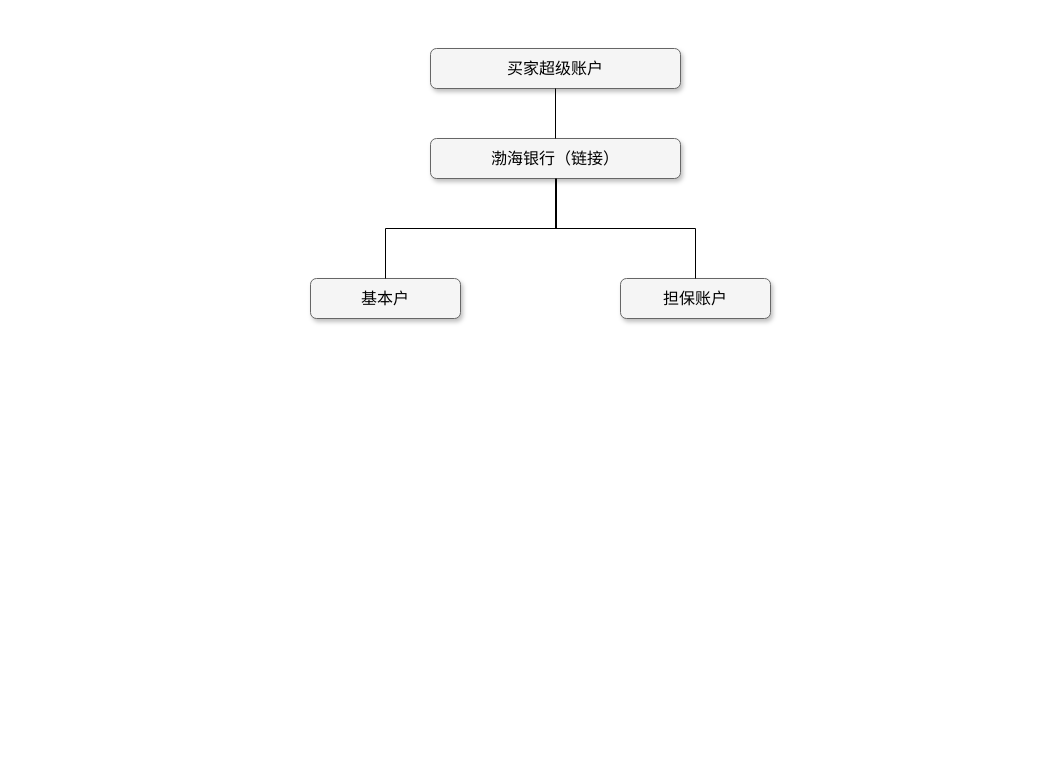
Above: Untitled Diagram.drawio in SupinZan/FirstStore (draw.io), before the change. Source tidied: cells renumbered, new cells numbered last; positions are measured from the earlier drawing's top-left corner, leaving out a move shared by most shapes. Both pictures are drawn from the tidied source at 100%, with x=0, y=0 at pixel (310, 48).
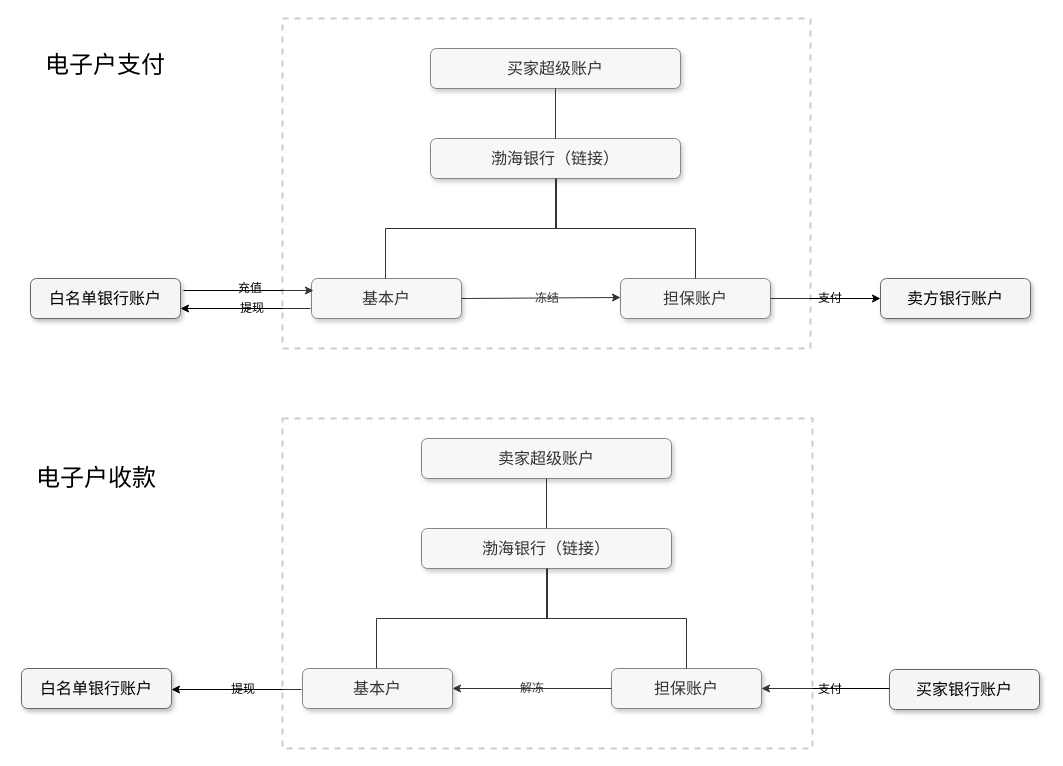
The same page after the edit.

The change refers to these unchanged cells:
```xml
<mxCell id="5" value="担保账户" style="whiteSpace=wrap;html=1;rounded=1;shadow=1;strokeWidth=1;fontSize=16;align=center;fillColor=#f5f5f5;strokeColor=#666666;" parent="1" vertex="1">
  <mxGeometry x="310" y="230" width="150" height="40" as="geometry" />
</mxCell>
```

Change to the diagram source:
```diff
@@
     <mxCell id="4" value="基本户" style="whiteSpace=wrap;html=1;rounded=1;shadow=1;strokeWidth=1;fontSize=16;align=center;fillColor=#f5f5f5;strokeColor=#666666;" parent="1" vertex="1">
-      <mxGeometry y="230" width="150" height="40" as="geometry" />
+      <mxGeometry x="1" y="230" width="150" height="40" as="geometry" />
     </mxCell>
@@
+    <mxCell id="9" value="白名单银行账户" style="whiteSpace=wrap;html=1;rounded=1;shadow=1;strokeWidth=1;fontSize=16;align=center;fillColor=#f5f5f5;strokeColor=#666666;" parent="1" vertex="1">
+      <mxGeometry x="-280" y="230" width="150" height="40" as="geometry" />
+    </mxCell>
+    <mxCell id="10" style="endArrow=classic;html=1;entryX=0;entryY=0.5;entryDx=0;entryDy=0;" parent="1" edge="1">
+      <mxGeometry relative="1" as="geometry">
+        <mxPoint x="-127" y="242" as="sourcePoint" />
+        <mxPoint x="3" y="242" as="targetPoint" />
+      </mxGeometry>
+    </mxCell>
+    <mxCell id="11" style="endArrow=classic;html=1;entryX=1;entryY=0.75;entryDx=0;entryDy=0;" parent="1" edge="1" target="9">
+      <mxGeometry relative="1" as="geometry">
+        <mxPoint y="260" as="sourcePoint" />
+      </mxGeometry>
+    </mxCell>
+    <mxCell id="12" value="充值" style="rounded=0;whiteSpace=wrap;html=1;gradientColor=#ffffff;strokeWidth=1;strokeColor=#FFFFFF;opacity=0;" parent="1" vertex="1">
+      <mxGeometry x="-80" y="230" width="40" height="20" as="geometry" />
+    </mxCell>
+    <mxCell id="13" value="提现" style="rounded=0;whiteSpace=wrap;html=1;gradientColor=#ffffff;strokeWidth=1;strokeColor=#FFFFFF;opacity=0;" parent="1" vertex="1">
+      <mxGeometry x="-78" y="250" width="40" height="20" as="geometry" />
+    </mxCell>
+    <mxCell id="14" style="endArrow=classic;html=1;entryX=0;entryY=0.5;entryDx=0;entryDy=0;exitX=1;exitY=0.5;exitDx=0;exitDy=0;" parent="1" edge="1" source="4">
+      <mxGeometry relative="1" as="geometry">
+        <mxPoint x="310" y="249" as="targetPoint" />
+      </mxGeometry>
+    </mxCell>
+    <mxCell id="15" value="冻结" style="rounded=0;whiteSpace=wrap;html=1;gradientColor=#ffffff;strokeWidth=1;strokeColor=#FFFFFF;opacity=0;" parent="1" vertex="1">
+      <mxGeometry x="217" y="240" width="40" height="20" as="geometry" />
+    </mxCell>
+    <mxCell id="16" value="&lt;font style=&quot;font-size: 24px&quot;&gt;电子户支付&lt;/font&gt;" style="rounded=0;whiteSpace=wrap;html=1;strokeWidth=1;gradientColor=#ffffff;opacity=20;strokeColor=none;fontSize=24;" parent="1" vertex="1">
+      <mxGeometry x="-280" y="-13" width="150" height="60" as="geometry" />
+    </mxCell>
+    <mxCell id="17" value="卖家超级账户" style="whiteSpace=wrap;html=1;rounded=1;shadow=1;strokeWidth=1;fontSize=16;align=center;fillColor=#f5f5f5;strokeColor=#666666;" parent="1" vertex="1">
+      <mxGeometry x="111" y="390" width="250" height="40" as="geometry" />
+    </mxCell>
+    <mxCell id="18" value="渤海银行（链接）" style="whiteSpace=wrap;html=1;rounded=1;shadow=1;strokeWidth=1;fontSize=16;align=center;fillColor=#f5f5f5;strokeColor=#666666;" parent="1" vertex="1">
+      <mxGeometry x="111" y="480" width="250" height="40" as="geometry" />
+    </mxCell>
+    <mxCell id="19" value="基本户" style="whiteSpace=wrap;html=1;rounded=1;shadow=1;strokeWidth=1;fontSize=16;align=center;fillColor=#f5f5f5;strokeColor=#666666;" parent="1" vertex="1">
+      <mxGeometry x="-8" y="620" width="150" height="40" as="geometry" />
+    </mxCell>
+    <mxCell id="20" value="担保账户" style="whiteSpace=wrap;html=1;rounded=1;shadow=1;strokeWidth=1;fontSize=16;align=center;fillColor=#f5f5f5;strokeColor=#666666;" parent="1" vertex="1">
+      <mxGeometry x="301" y="620" width="150" height="40" as="geometry" />
+    </mxCell>
+    <mxCell id="21" style="edgeStyle=orthogonalEdgeStyle;html=1;startSize=6;endFill=0;endSize=6;strokeWidth=1;fontSize=16;rounded=0;endArrow=none;" parent="1" edge="1" source="17" target="18">
+      <mxGeometry relative="1" as="geometry" />
+    </mxCell>
+    <mxCell id="22" style="edgeStyle=orthogonalEdgeStyle;html=1;startSize=6;endFill=0;endSize=6;strokeWidth=1;fontSize=16;rounded=0;endArrow=none;" parent="1" edge="1" source="18" target="19">
+      <mxGeometry relative="1" as="geometry">
+        <Array as="points">
+          <mxPoint x="237" y="570" />
+          <mxPoint x="66" y="570" />
+        </Array>
+      </mxGeometry>
+    </mxCell>
+    <mxCell id="23" style="edgeStyle=orthogonalEdgeStyle;html=1;startSize=6;endFill=0;endSize=6;strokeWidth=1;fontSize=16;rounded=0;endArrow=none;" parent="1" edge="1" source="18" target="20">
+      <mxGeometry relative="1" as="geometry">
+        <Array as="points">
+          <mxPoint x="236" y="570" />
+          <mxPoint x="376" y="570" />
+        </Array>
+      </mxGeometry>
+    </mxCell>
+    <mxCell id="24" value="白名单银行账户" style="whiteSpace=wrap;html=1;rounded=1;shadow=1;strokeWidth=1;fontSize=16;align=center;fillColor=#f5f5f5;strokeColor=#666666;" parent="1" vertex="1">
+      <mxGeometry x="-289" y="620" width="150" height="40" as="geometry" />
+    </mxCell>
+    <mxCell id="25" style="endArrow=classic;html=1;entryX=1;entryY=0.75;entryDx=0;entryDy=0;" parent="1" edge="1">
+      <mxGeometry relative="1" as="geometry">
+        <mxPoint x="-9" y="641" as="sourcePoint" />
+        <mxPoint x="-139" y="641" as="targetPoint" />
+      </mxGeometry>
+    </mxCell>
+    <mxCell id="26" value="提现" style="rounded=0;whiteSpace=wrap;html=1;gradientColor=#ffffff;strokeWidth=1;strokeColor=#FFFFFF;opacity=0;" parent="1" vertex="1">
+      <mxGeometry x="-87" y="631" width="40" height="20" as="geometry" />
+    </mxCell>
+    <mxCell id="27" value="&lt;font style=&quot;font-size: 24px&quot;&gt;电子户收款&lt;/font&gt;" style="rounded=0;whiteSpace=wrap;html=1;strokeWidth=1;gradientColor=#ffffff;opacity=20;strokeColor=none;fontSize=24;" parent="1" vertex="1">
+      <mxGeometry x="-289" y="400" width="150" height="60" as="geometry" />
+    </mxCell>
+    <mxCell id="28" style="endArrow=classic;html=1;fontSize=24;entryX=1;entryY=0.5;entryDx=0;entryDy=0;" parent="1" edge="1" target="19">
+      <mxGeometry relative="1" as="geometry">
+        <mxPoint x="301" y="640" as="sourcePoint" />
+      </mxGeometry>
+    </mxCell>
+    <mxCell id="29" value="解冻" style="rounded=0;whiteSpace=wrap;html=1;gradientColor=#ffffff;strokeWidth=1;strokeColor=#FFFFFF;opacity=0;" parent="1" vertex="1">
+      <mxGeometry x="202" y="630" width="40" height="20" as="geometry" />
+    </mxCell>
+    <mxCell id="30" value="卖方银行账户" style="whiteSpace=wrap;html=1;rounded=1;shadow=1;strokeWidth=1;fontSize=16;align=center;fillColor=#f5f5f5;strokeColor=#666666;" parent="1" vertex="1">
+      <mxGeometry x="570" y="230" width="150" height="40" as="geometry" />
+    </mxCell>
+    <mxCell id="31" style="endArrow=classic;html=1;fontSize=24;exitX=1;exitY=0.5;exitDx=0;exitDy=0;entryX=0;entryY=0.5;entryDx=0;entryDy=0;" parent="1" edge="1" source="5" target="30">
+      <mxGeometry relative="1" as="geometry" />
+    </mxCell>
+    <mxCell id="32" value="支付" style="rounded=0;whiteSpace=wrap;html=1;gradientColor=#ffffff;strokeWidth=1;strokeColor=#FFFFFF;opacity=0;" parent="1" vertex="1">
+      <mxGeometry x="500" y="240" width="40" height="20" as="geometry" />
+    </mxCell>
+    <mxCell id="33" value="买家银行账户" style="whiteSpace=wrap;html=1;rounded=1;shadow=1;strokeWidth=1;fontSize=16;align=center;fillColor=#f5f5f5;strokeColor=#666666;" parent="1" vertex="1">
+      <mxGeometry x="579" y="621" width="150" height="40" as="geometry" />
+    </mxCell>
+    <mxCell id="34" value="支付" style="rounded=0;whiteSpace=wrap;html=1;gradientColor=#ffffff;strokeWidth=1;strokeColor=#FFFFFF;opacity=0;" parent="1" vertex="1">
+      <mxGeometry x="500" y="631" width="40" height="20" as="geometry" />
+    </mxCell>
+    <mxCell id="35" style="endArrow=classic;html=1;fontSize=24;entryX=1;entryY=0.5;entryDx=0;entryDy=0;" parent="1" edge="1" target="20">
+      <mxGeometry relative="1" as="geometry">
+        <mxPoint x="579" y="640" as="sourcePoint" />
+      </mxGeometry>
+    </mxCell>
+    <mxCell id="36" style="rounded=0;whiteSpace=wrap;html=1;dashed=1;strokeColor=#000000;strokeWidth=2;gradientColor=#ffffff;fontSize=24;opacity=20;" parent="1" vertex="1">
+      <mxGeometry x="-28" y="370" width="530" height="330" as="geometry" />
+    </mxCell>
+    <mxCell id="37" style="rounded=0;whiteSpace=wrap;html=1;dashed=1;strokeColor=#000000;strokeWidth=2;gradientColor=#ffffff;fontSize=24;opacity=20;" parent="1" vertex="1">
+      <mxGeometry x="-28" y="-30" width="528" height="330" as="geometry" />
+    </mxCell>
```
